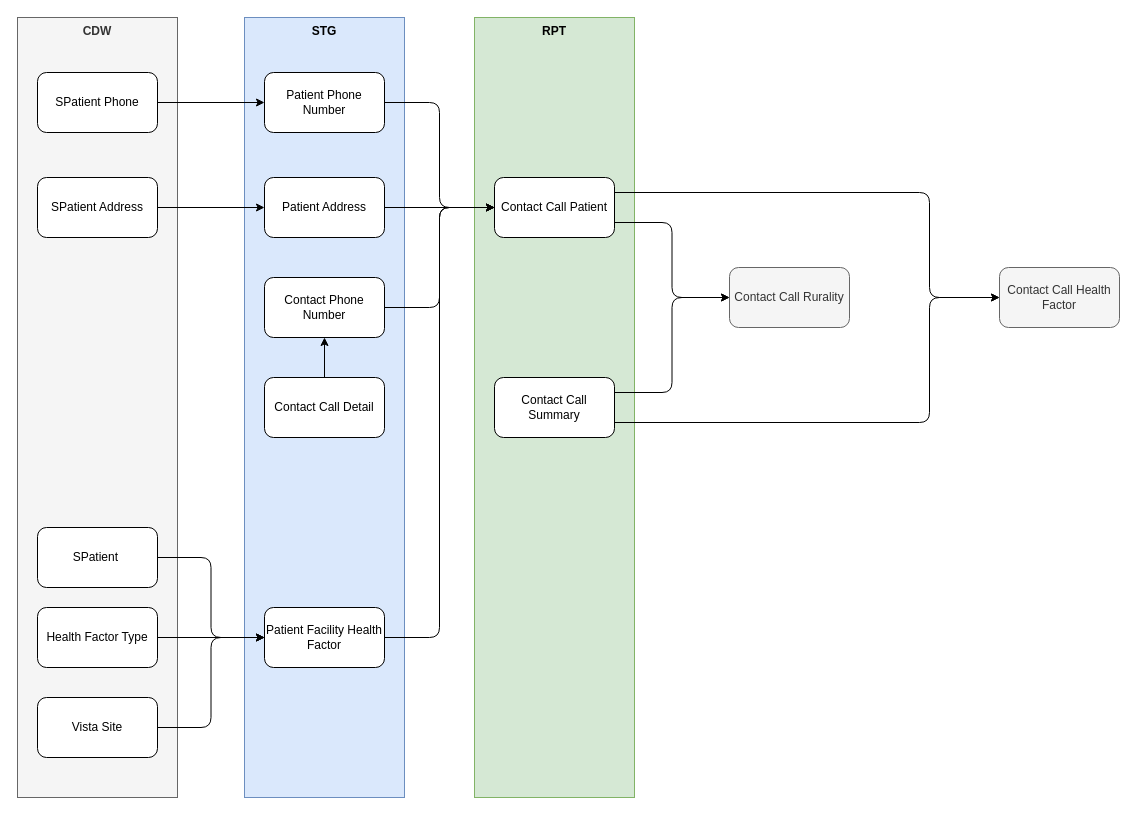
The draw.io diagram page "CDW to RPT" (3 of 4) of Department of Veteran Affairs/Data Lineage.drawio in dataacumen/da-architectural-diagrams, before the edit. Source tidied: cells renumbered, new cells numbered last; positions are measured from the earlier drawing's top-left corner, leaving out a move shared by most shapes. Both pictures are drawn from the tidied source at 100%, with x=0, y=0 at pixel (17, 17).
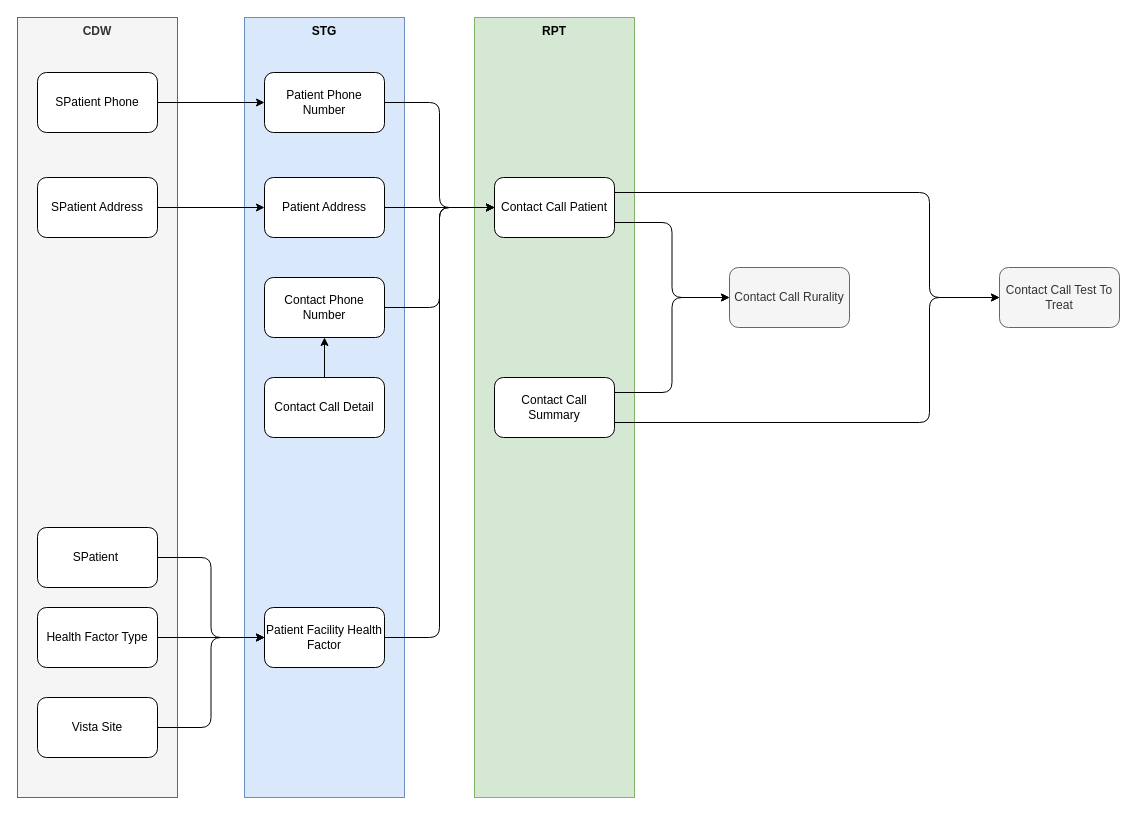
The same diagram, later.

The edit, as a diff of the source:
```diff
@@
-    <mxCell id="32" value="Contact Call Health Factor" style="rounded=1;whiteSpace=wrap;html=1;fillColor=#f5f5f5;fontColor=#333333;strokeColor=#666666;" parent="1" vertex="1">
+    <mxCell id="32" value="Contact Call Test To Treat" style="rounded=1;whiteSpace=wrap;html=1;fillColor=#f5f5f5;fontColor=#333333;strokeColor=#666666;" parent="1" vertex="1">
       <mxGeometry x="982" y="250" width="120" height="60" as="geometry" />
     </mxCell>
```
